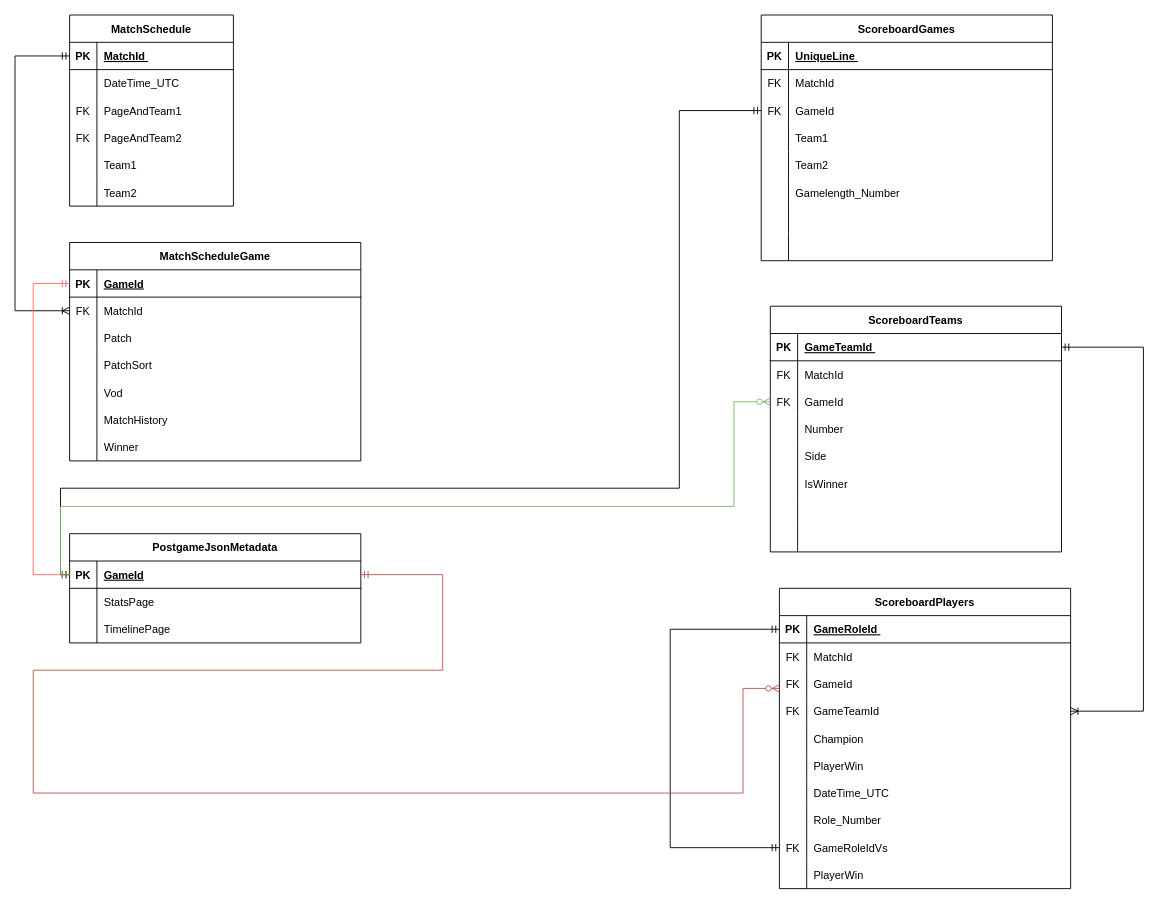
Above: Untitled Diagram.drawio in EderReisS/API_LoL (draw.io), before the change. Source tidied: cells renumbered, new cells numbered last; positions are measured from the earlier drawing's top-left corner, leaving out a move shared by most shapes. Both pictures are drawn from the tidied source at 91%, with x=0, y=0 at pixel (15, 15).
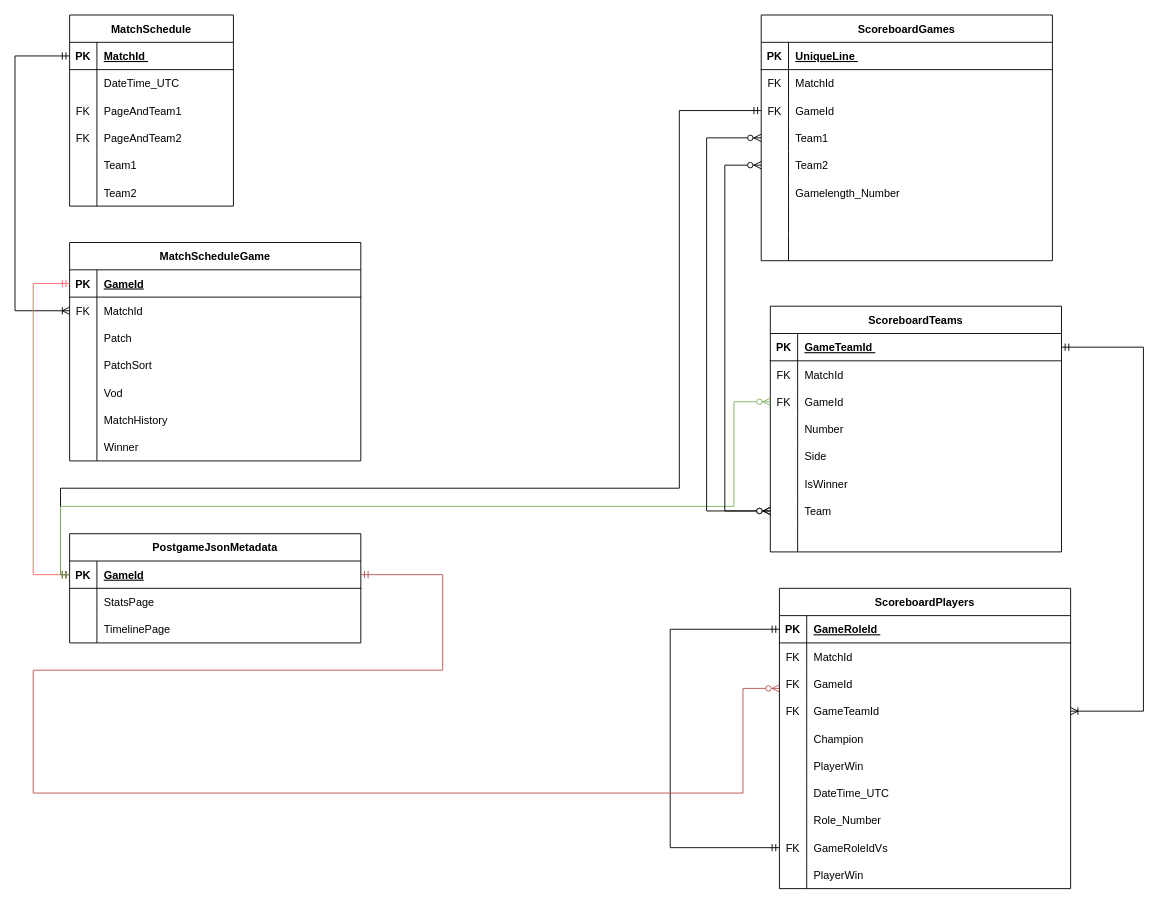
The same diagram, later.

Unchanged cells that the change refers to:
```xml
<mxCell id="65" style="shape=tableRow;horizontal=0;startSize=0;swimlaneHead=0;swimlaneBody=0;fillColor=none;points=[[0,0.5],[1,0.5]];portConstraint=eastwest;top=0;left=0;right=0;bottom=0;" parent="55" vertex="1">
  <mxGeometry y="120" width="320" height="30" as="geometry" />
</mxCell>
<mxCell id="68" style="shape=tableRow;horizontal=0;startSize=0;swimlaneHead=0;swimlaneBody=0;fillColor=none;points=[[0,0.5],[1,0.5]];portConstraint=eastwest;top=0;left=0;right=0;bottom=0;" parent="55" vertex="1">
  <mxGeometry y="150" width="320" height="30" as="geometry" />
</mxCell>
<mxCell id="99" style="shape=tableRow;horizontal=0;startSize=0;swimlaneHead=0;swimlaneBody=0;fillColor=none;points=[[0,0.5],[1,0.5]];portConstraint=eastwest;top=0;left=0;right=0;bottom=0;" parent="80" vertex="1">
  <mxGeometry y="210" width="320" height="30" as="geometry" />
</mxCell>
```

The edit, as a diff of the source:
```diff
@@
-    <mxCell id="101" style="shape=partialRectangle;fillColor=none;top=0;left=0;bottom=0;right=0;align=left;spacingLeft=6;overflow=hidden;" parent="99" vertex="1">
+    <mxCell id="101" value="Team" style="shape=partialRectangle;fillColor=none;top=0;left=0;bottom=0;right=0;align=left;spacingLeft=6;overflow=hidden;" parent="99" vertex="1">
       <mxGeometry x="30" width="290" height="30" as="geometry" />
     </mxCell>
@@
+    <mxCell id="141" style="edgeStyle=orthogonalEdgeStyle;fontSize=12;html=1;endArrow=ERzeroToMany;endFill=1;startArrow=ERzeroToMany;rounded=0;entryX=0;entryY=0.5;entryDx=0;entryDy=0;" parent="1" edge="1" source="99" target="65">
+      <mxGeometry relative="1" as="geometry">
+        <Array as="points">
+          <mxPoint x="760" y="545" />
+          <mxPoint x="760" y="135" />
+        </Array>
+      </mxGeometry>
+    </mxCell>
+    <mxCell id="142" style="edgeStyle=orthogonalEdgeStyle;fontSize=12;html=1;endArrow=ERzeroToMany;endFill=1;startArrow=ERzeroToMany;rounded=0;entryX=0;entryY=0.5;entryDx=0;entryDy=0;exitX=0;exitY=0.5;exitDx=0;exitDy=0;" parent="1" edge="1" source="68" target="99">
+      <mxGeometry relative="1" as="geometry">
+        <Array as="points">
+          <mxPoint x="780" y="165" />
+          <mxPoint x="780" y="545" />
+        </Array>
+      </mxGeometry>
+    </mxCell>
```
